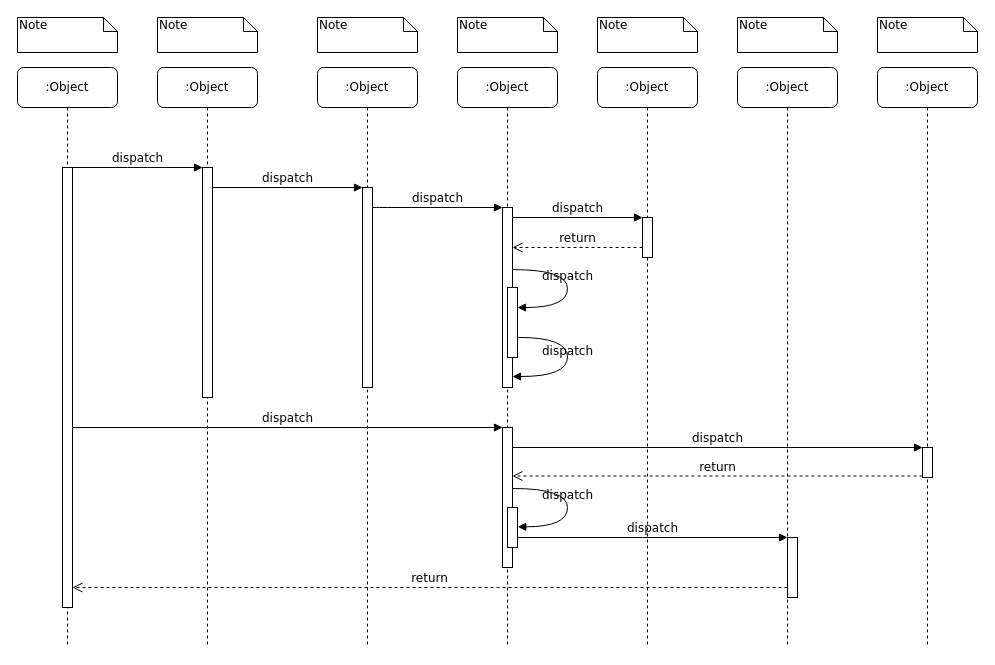
Above: 组件时序图.drawio in wdnb/UML (draw.io), before the change. Source tidied: cells renumbered, new cells numbered last; positions are measured from the earlier drawing's top-left corner, leaving out a move shared by most shapes. Both pictures are drawn from the tidied source at 100%, with x=0, y=0 at pixel (17, 17).
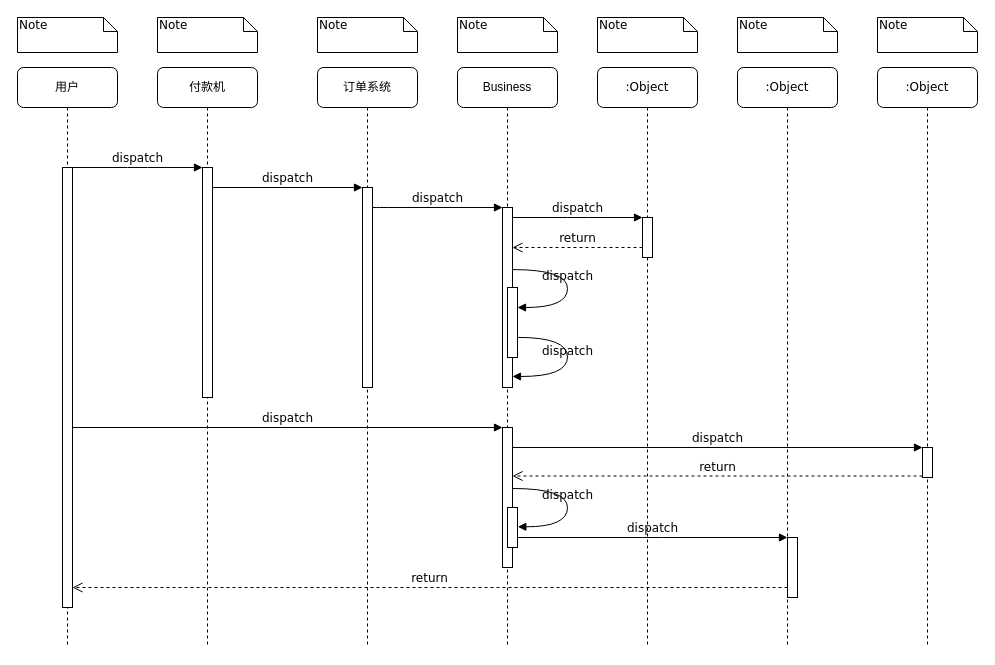
The same page after the edit.

Commit message (it also covers changes not shown here):
更新组件时序图.drawio

What changed in the source:
```diff
@@
-    <mxCell id="2" value=":Object" style="shape=umlLifeline;perimeter=lifelinePerimeter;whiteSpace=wrap;html=1;rounded=1;shadow=0;comic=0;labelBackgroundColor=none;strokeWidth=1;fontFamily=Verdana;fontSize=12;align=center;" parent="1" vertex="1">
+    <mxCell id="2" value="付款机" style="shape=umlLifeline;perimeter=lifelinePerimeter;whiteSpace=wrap;html=1;rounded=1;shadow=0;comic=0;labelBackgroundColor=none;strokeWidth=1;fontFamily=Verdana;fontSize=12;align=center;" parent="1" vertex="1">
       <mxGeometry x="140" y="50" width="100" height="580" as="geometry" />
     </mxCell>
@@
-    <mxCell id="4" value=":Object" style="shape=umlLifeline;perimeter=lifelinePerimeter;whiteSpace=wrap;html=1;rounded=1;shadow=0;comic=0;labelBackgroundColor=none;strokeWidth=1;fontFamily=Verdana;fontSize=12;align=center;" parent="1" vertex="1">
+    <mxCell id="4" value="订单系统" style="shape=umlLifeline;perimeter=lifelinePerimeter;whiteSpace=wrap;html=1;rounded=1;shadow=0;comic=0;labelBackgroundColor=none;strokeWidth=1;fontFamily=Verdana;fontSize=12;align=center;" parent="1" vertex="1">
       <mxGeometry x="300" y="50" width="100" height="580" as="geometry" />
     </mxCell>
@@
-    <mxCell id="6" value=":Object" style="shape=umlLifeline;perimeter=lifelinePerimeter;whiteSpace=wrap;html=1;rounded=1;shadow=0;comic=0;labelBackgroundColor=none;strokeWidth=1;fontFamily=Verdana;fontSize=12;align=center;" parent="1" vertex="1">
+    <mxCell id="6" value="&lt;span style=&quot;font-family: &amp;#34;helvetica&amp;#34;&quot;&gt;Business&lt;/span&gt;" style="shape=umlLifeline;perimeter=lifelinePerimeter;whiteSpace=wrap;html=1;rounded=1;shadow=0;comic=0;labelBackgroundColor=none;strokeWidth=1;fontFamily=Verdana;fontSize=12;align=center;" parent="1" vertex="1">
       <mxGeometry x="440" y="50" width="100" height="580" as="geometry" />
     </mxCell>
@@
-    <mxCell id="10" value=":Object" style="shape=umlLifeline;perimeter=lifelinePerimeter;whiteSpace=wrap;html=1;rounded=1;shadow=0;comic=0;labelBackgroundColor=none;strokeWidth=1;fontFamily=Verdana;fontSize=12;align=center;" parent="1" vertex="1">
+    <mxCell id="10" value="用户" style="shape=umlLifeline;perimeter=lifelinePerimeter;whiteSpace=wrap;html=1;rounded=1;shadow=0;comic=0;labelBackgroundColor=none;strokeWidth=1;fontFamily=Verdana;fontSize=12;align=center;" parent="1" vertex="1">
       <mxGeometry y="50" width="100" height="580" as="geometry" />
     </mxCell>
```
